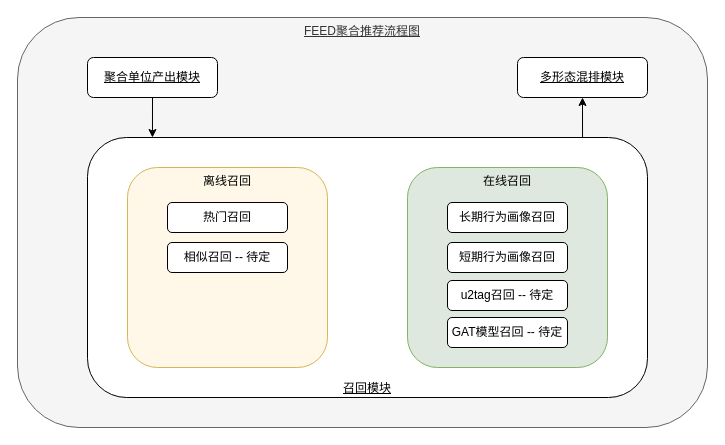
This is juhetj_zh.drawio from ChenPengyao/drawio, a draw.io file, before an edit. Source tidied: cells renumbered, new cells numbered last; positions are measured from the earlier drawing's top-left corner, leaving out a move shared by most shapes. Both pictures are drawn from the tidied source at 100%, with x=0, y=0 at pixel (17, 17).
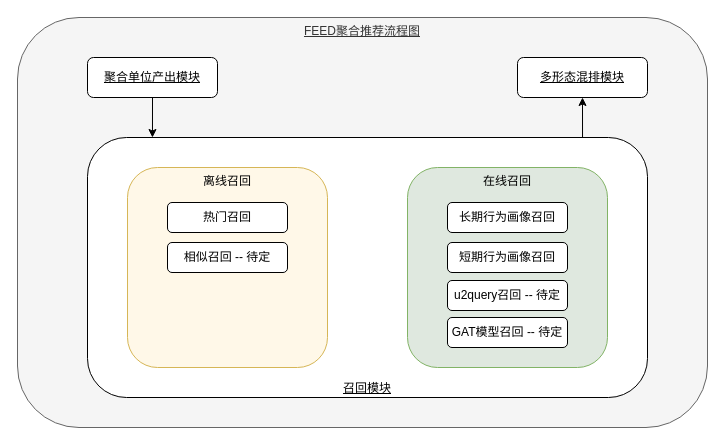
Above is the later version.

Diff of the diagram source:
```diff
@@
 <mxGraphModel>
   <root>
     <mxCell id="0" />
     <mxCell id="1" parent="0" />
     <mxCell id="2" value="FEED聚合推荐流程图" style="rounded=1;whiteSpace=wrap;html=1;verticalAlign=top;fontStyle=4;fillColor=#f5f5f5;strokeColor=#666666;fontColor=#333333;" parent="1" vertex="1">
       <mxGeometry width="690" height="410" as="geometry" />
     </mxCell>
     <mxCell id="3" style="edgeStyle=orthogonalEdgeStyle;rounded=0;jettySize=auto;html=1;exitX=0.5;exitY=1;exitDx=0;exitDy=0;entryX=0.116;entryY=0;entryDx=0;entryDy=0;entryPerimeter=0;" parent="1" edge="1" source="4" target="7">
       <mxGeometry relative="1" as="geometry" />
     </mxCell>
     <mxCell id="4" value="聚合单位产出模块" style="rounded=1;whiteSpace=wrap;html=1;verticalAlign=middle;fontStyle=4;" parent="1" vertex="1">
       <mxGeometry x="70" y="40" width="130" height="40" as="geometry" />
     </mxCell>
     <mxCell id="5" value="多形态混排模块" style="rounded=1;whiteSpace=wrap;html=1;verticalAlign=middle;fontStyle=4;" parent="1" vertex="1">
       <mxGeometry x="500" y="40" width="130" height="40" as="geometry" />
     </mxCell>
     <mxCell id="6" style="edgeStyle=orthogonalEdgeStyle;rounded=0;jettySize=auto;html=1;entryX=0.5;entryY=1;entryDx=0;entryDy=0;exitX=0.884;exitY=0.003;exitDx=0;exitDy=0;exitPerimeter=0;" parent="1" edge="1" source="7" target="5">
       <mxGeometry relative="1" as="geometry" />
     </mxCell>
     <mxCell id="7" value="召回模块" style="rounded=1;whiteSpace=wrap;html=1;verticalAlign=bottom;fontStyle=4;" parent="1" vertex="1">
       <mxGeometry x="70" y="120" width="560" height="260" as="geometry" />
     </mxCell>
     <mxCell id="8" value="离线召回" style="rounded=1;whiteSpace=wrap;html=1;verticalAlign=top;strokeColor=#d6b656;fillColor=#FFF8E8;" parent="1" vertex="1">
       <mxGeometry x="110" y="150" width="200" height="200" as="geometry" />
     </mxCell>
     <mxCell id="9" value="在线召回" style="rounded=1;whiteSpace=wrap;html=1;verticalAlign=top;strokeColor=#82b366;fillColor=#DFE8DF;" parent="1" vertex="1">
       <mxGeometry x="390" y="150" width="200" height="200" as="geometry" />
     </mxCell>
     <mxCell id="10" value="热门召回" style="rounded=1;whiteSpace=wrap;html=1;" parent="1" vertex="1">
       <mxGeometry x="150" y="185" width="120" height="30" as="geometry" />
     </mxCell>
     <mxCell id="11" value="相似召回 -- 待定" style="rounded=1;whiteSpace=wrap;html=1;" parent="1" vertex="1">
       <mxGeometry x="150" y="225" width="120" height="30" as="geometry" />
     </mxCell>
     <mxCell id="12" value="长期行为画像召回" style="rounded=1;whiteSpace=wrap;html=1;" parent="1" vertex="1">
       <mxGeometry x="430" y="185" width="120" height="30" as="geometry" />
     </mxCell>
     <mxCell id="13" value="短期行为画像召回" style="rounded=1;whiteSpace=wrap;html=1;" parent="1" vertex="1">
       <mxGeometry x="430" y="225" width="120" height="30" as="geometry" />
     </mxCell>
-    <mxCell id="14" value="u2tag召回 -- 待定" style="rounded=1;whiteSpace=wrap;html=1;" parent="1" vertex="1">
+    <mxCell id="14" value="u2query召回 -- 待定" style="rounded=1;whiteSpace=wrap;html=1;" parent="1" vertex="1">
       <mxGeometry x="430" y="263" width="120" height="30" as="geometry" />
     </mxCell>
     <mxCell id="15" value="GAT模型召回 -- 待定" style="rounded=1;whiteSpace=wrap;html=1;" parent="1" vertex="1">
       <mxGeometry x="430" y="300" width="120" height="30" as="geometry" />
     </mxCell>
   </root>
 </mxGraphModel>
```
